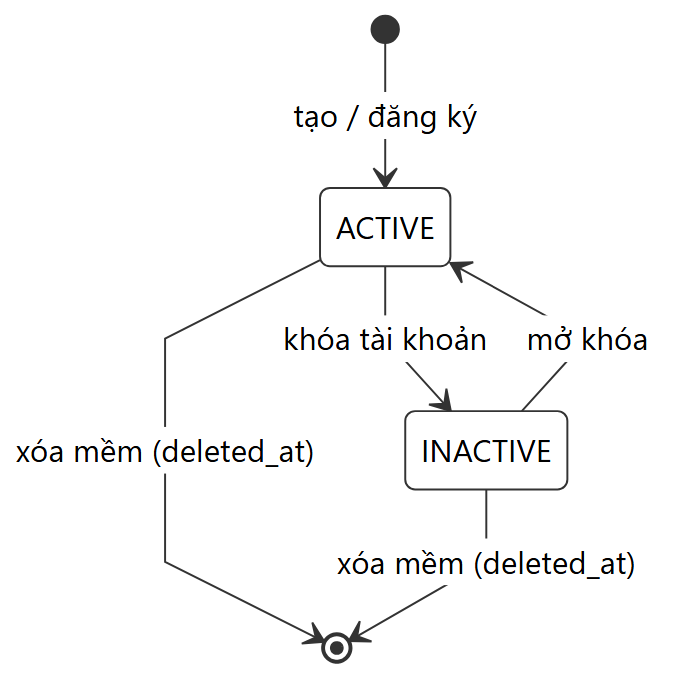
Before: docs/diagrams/44_3-3-7_chuc-nang-quan-ly-nguoi-dung-va-phan-quyen_state.png, a diagram exported from Mermaid (nguyenthihongnhu-dotcom/luanvan2026). Its source is kept beside it as docs/diagrams/44_3-3-7_chuc-nang-quan-ly-nguoi-dung-va-phan-quyen_state.mmd.
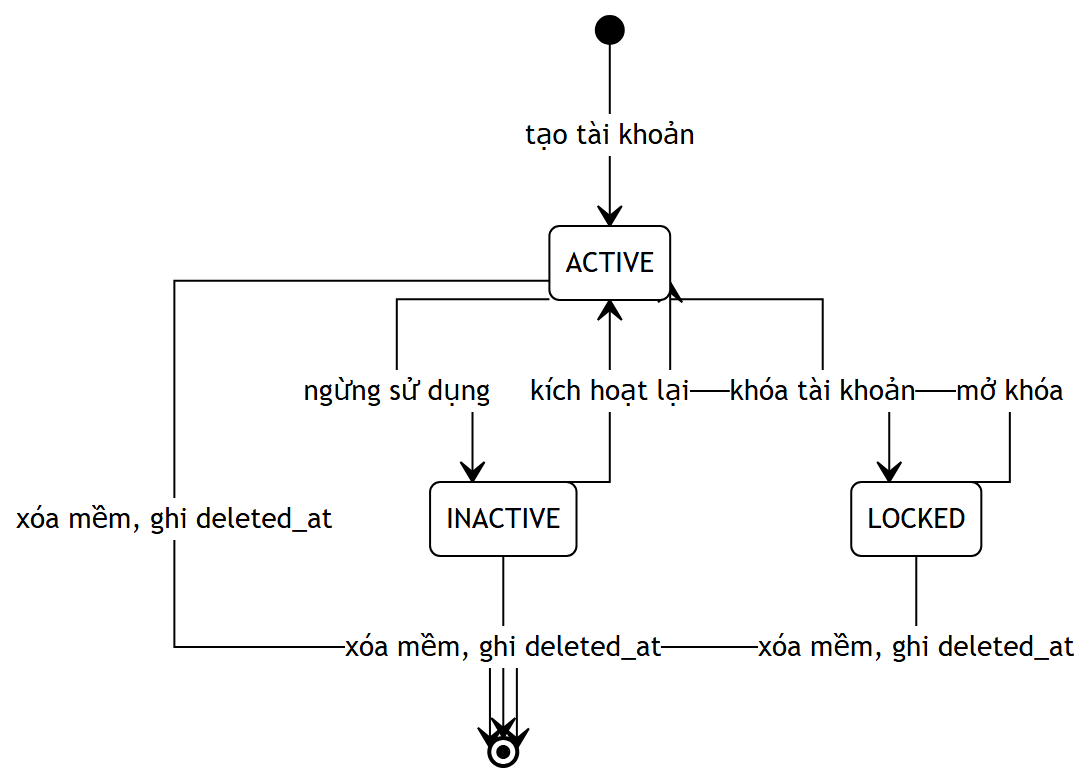
The same diagram one commit later.

What changed in the source:
```diff
@@ -1,6 +1,34 @@
+%%{init: {
+  'theme': 'base',
+  'themeVariables': {
+    'primaryColor': '#ffffff',
+    'primaryBorderColor': '#000000',
+    'primaryTextColor': '#000000',
+    'secondaryColor': '#ffffff',
+    'secondaryBorderColor': '#000000',
+    'secondaryTextColor': '#000000',
+    'tertiaryColor': '#ffffff',
+    'tertiaryBorderColor': '#000000',
+    'tertiaryTextColor': '#000000',
+    'lineColor': '#000000',
+    'textColor': '#000000',
+    'mainBkg': '#ffffff',
+    'nodeBorder': '#000000',
+    'clusterBkg': '#ffffff',
+    'clusterBorder': '#000000',
+    'edgeLabelBackground': '#ffffff',
+    'fontSize': '14px',
+    'labelBackgroundColor': '#ffffff'
+  },
+  'flowchart': { 'curve': 'stepAfter', 'nodeSpacing': 60, 'rankSpacing': 70, 'padding': 12 },
+  'state': { 'padding': 12, 'useMaxWidth': false }
+}}%%
 stateDiagram-v2
-    [*] --> ACTIVE: tạo / đăng ký
-    ACTIVE --> INACTIVE: khóa tài khoản
-    INACTIVE --> ACTIVE: mở khóa
-    ACTIVE --> [*]: xóa mềm (deleted_at)
-    INACTIVE --> [*]: xóa mềm (deleted_at)
+    [*] --> ACTIVE: tạo tài khoản
+    ACTIVE --> LOCKED: khóa tài khoản
+    LOCKED --> ACTIVE: mở khóa
+    ACTIVE --> INACTIVE: ngừng sử dụng
+    INACTIVE --> ACTIVE: kích hoạt lại
+    ACTIVE --> [*]: xóa mềm, ghi deleted_at
+    INACTIVE --> [*]: xóa mềm, ghi deleted_at
+    LOCKED --> [*]: xóa mềm, ghi deleted_at
```
